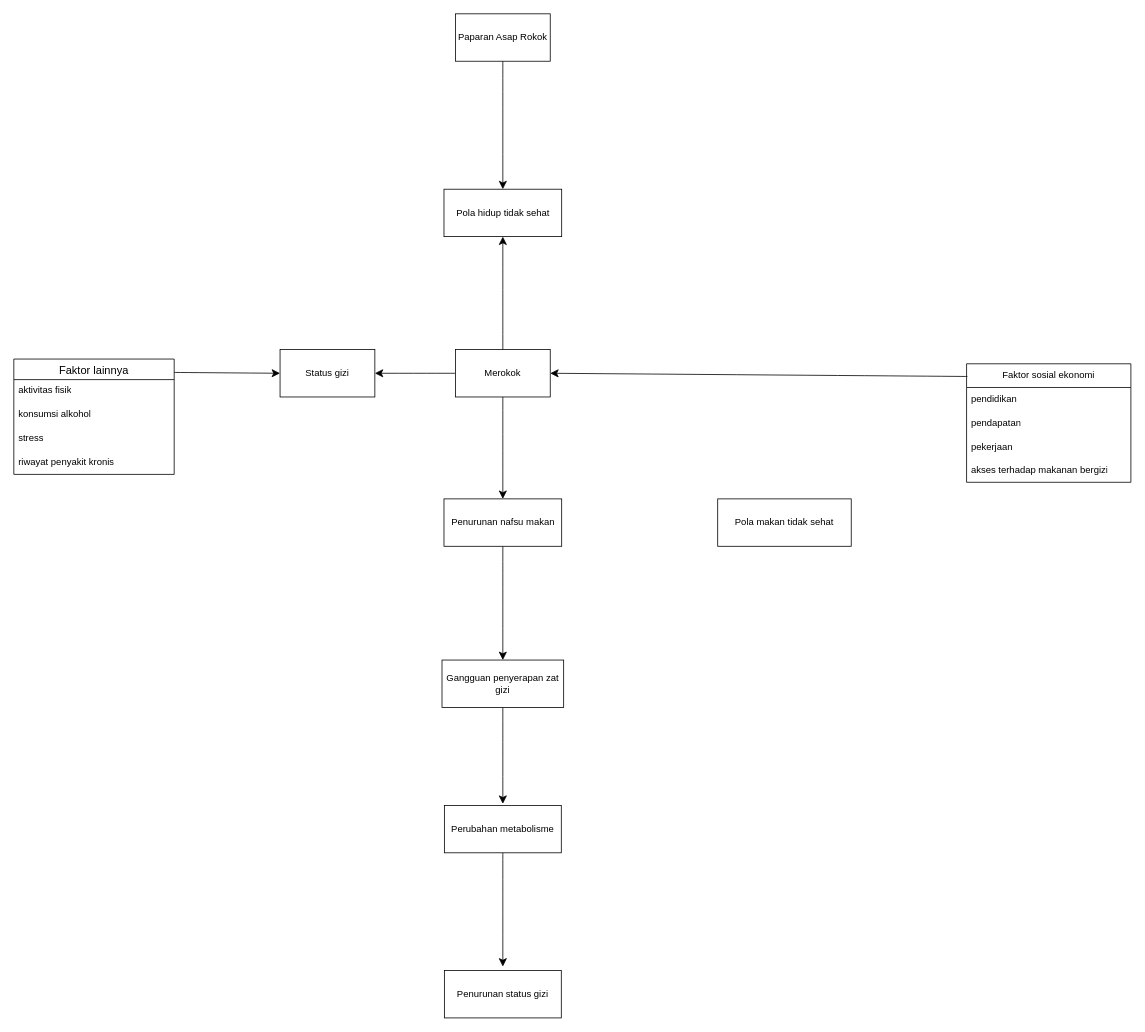
The draw.io diagram deby.drawio in ilhamsheva/graph, before the edit. Source tidied: cells renumbered, new cells numbered last; positions are measured from the earlier drawing's top-left corner, leaving out a move shared by most shapes. Both pictures are drawn from the tidied source at 79%, with x=0, y=0 at pixel (13, 13).
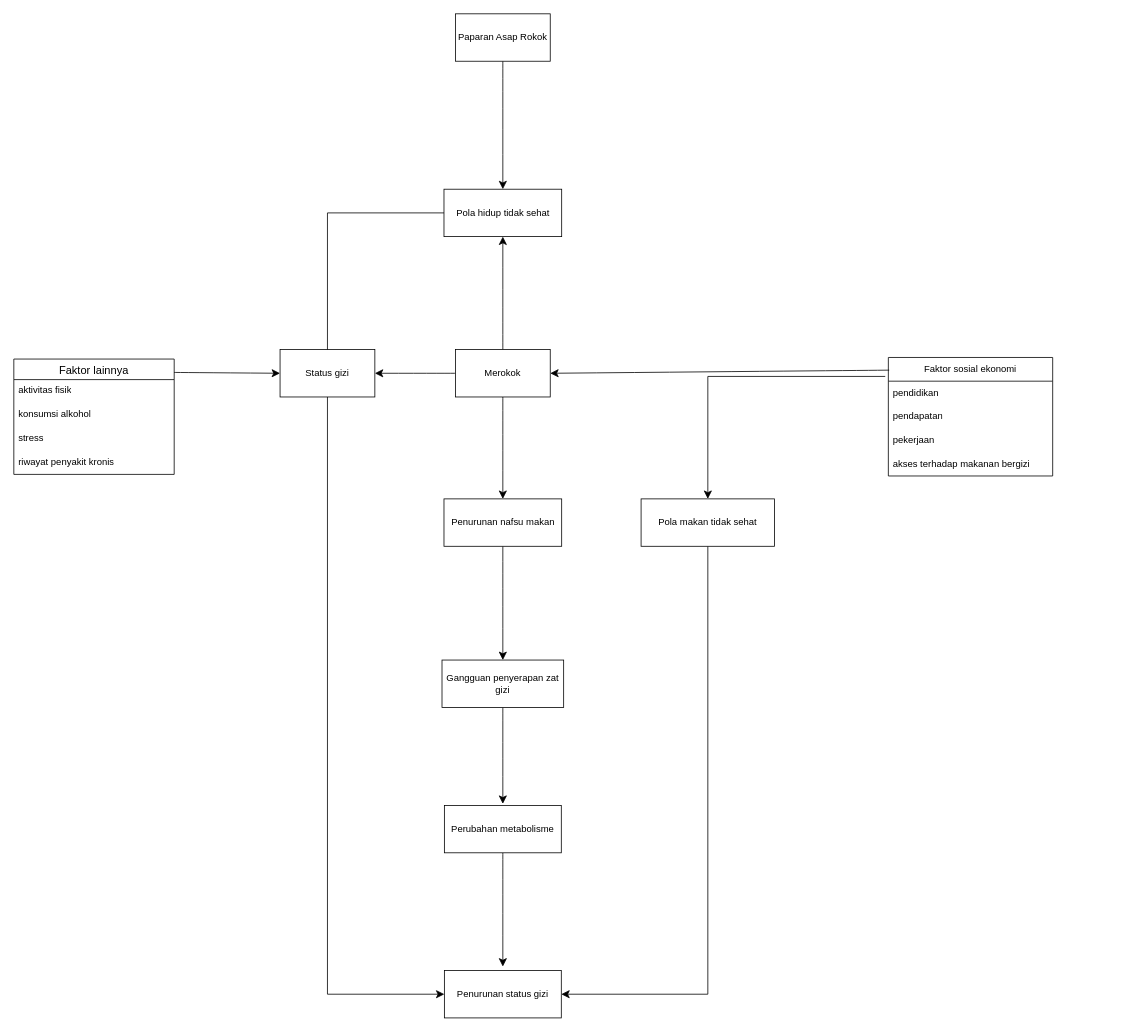
The same page after the edit.

Commit message (it also covers changes not shown here):
deby's diagram

The change refers to these unchanged cells:
```xml
<mxCell id="4" value="Pola hidup tidak sehat" style="rounded=0;whiteSpace=wrap;html=1;" parent="1" vertex="1">
  <mxGeometry x="544.5" y="222" width="149" height="60" as="geometry" />
</mxCell>
<mxCell id="21" value="Penurunan status gizi" style="rounded=0;whiteSpace=wrap;html=1;" parent="1" vertex="1">
  <mxGeometry x="545" y="1211" width="148" height="60" as="geometry" />
</mxCell>
```

Change to the diagram source:
```diff
@@
+    <mxCell id="30" style="edgeStyle=orthogonalEdgeStyle;rounded=0;jettySize=auto;html=1;exitX=0;exitY=0.5;exitDx=0;exitDy=0;entryX=0;entryY=0.5;entryDx=0;entryDy=0;fontSize=12;startSize=8;endSize=8;" parent="1" edge="1" source="4" target="21">
+      <mxGeometry relative="1" as="geometry">
+        <Array as="points">
+          <mxPoint x="397" y="252" />
+          <mxPoint x="397" y="1241" />
+        </Array>
+      </mxGeometry>
+    </mxCell>
@@
+    <mxCell id="31" style="edgeStyle=orthogonalEdgeStyle;rounded=0;jettySize=auto;html=1;entryX=1;entryY=0.5;entryDx=0;entryDy=0;fontSize=12;startSize=8;endSize=8;exitX=0.5;exitY=1;exitDx=0;exitDy=0;" parent="1" edge="1" source="22" target="21">
+      <mxGeometry relative="1" as="geometry" />
+    </mxCell>
     <mxCell id="22" value="Pola makan tidak sehat" style="rounded=0;whiteSpace=wrap;html=1;" parent="1" vertex="1">
-      <mxGeometry x="891" y="614" width="169" height="60" as="geometry" />
+      <mxGeometry x="794" y="614" width="169" height="60" as="geometry" />
     </mxCell>
     <mxCell id="23" value="Faktor sosial ekonomi" style="swimlane;fontStyle=0;horizontal=1;startSize=30;whiteSpace=wrap;html=1;" parent="1" vertex="1">
-      <mxGeometry x="1206" y="443" width="208" height="150" as="geometry" />
+      <mxGeometry x="1107" y="435" width="208" height="150" as="geometry" />
     </mxCell>
@@
+    <mxCell id="32" style="endArrow=classic;html=1;rounded=0;fontSize=12;startSize=8;endSize=8;exitX=-0.019;exitY=0.16;exitDx=0;exitDy=0;exitPerimeter=0;entryX=0.5;entryY=0;entryDx=0;entryDy=0;edgeStyle=orthogonalEdgeStyle;" parent="1" edge="1" source="23" target="22">
+      <mxGeometry relative="1" as="geometry" />
+    </mxCell>
```
